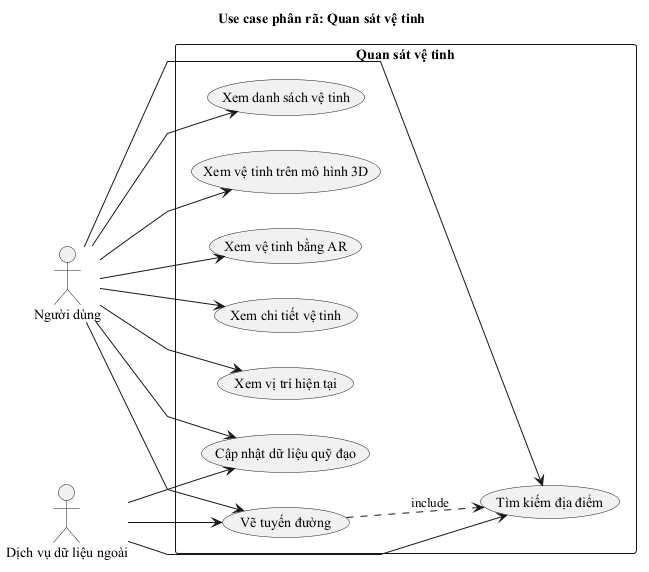
Above: figures/usecase_quan_sat_ve_tinh.png in thanhmobile080604/My-Thesis-Latex (PlantUML), before the change.
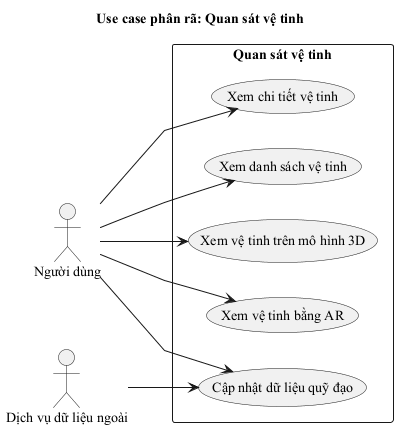
The same file after the commit.

Diff of the diagram source:
```diff
@@ -8,14 +8,11 @@
 actor "Dịch vụ dữ liệu ngoài" as Ext
 
 rectangle "Quan sát vệ tinh" {
-  usecase "Xem vị trí hiện tại" as U1
-  usecase "Tìm kiếm địa điểm" as U2
-  usecase "Vẽ tuyến đường" as U3
-  usecase "Xem danh sách vệ tinh" as U4
-  usecase "Xem vệ tinh trên mô hình 3D" as U5
-  usecase "Xem vệ tinh bằng AR" as U6
-  usecase "Cập nhật dữ liệu quỹ đạo" as U7
-  usecase "Xem chi tiết vệ tinh" as U8
+  usecase "Xem danh sách vệ tinh" as U1
+  usecase "Xem vệ tinh trên mô hình 3D" as U2
+  usecase "Xem vệ tinh bằng AR" as U3
+  usecase "Cập nhật dữ liệu quỹ đạo" as U4
+  usecase "Xem chi tiết vệ tinh" as U5
 }
 
 User --> U1
@@ -23,12 +20,5 @@
 User --> U3
 User --> U4
 User --> U5
-User --> U6
-User --> U7
-User --> U8
-
-U3 ..> U2 : include
-Ext --> U2
-Ext --> U3
-Ext --> U7
+Ext --> U4
 @enduml
```
